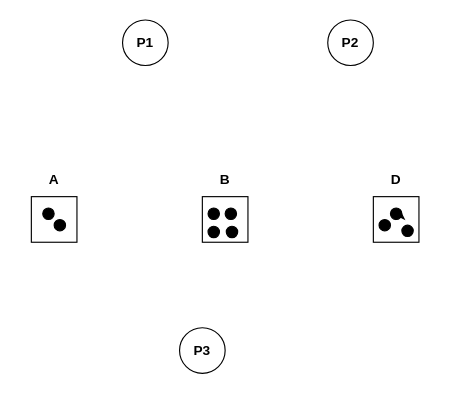
huyle84/diagrams keeps this draw.io diagram as RAG-2-2.drawio. Above is the earlier version. Source tidied: cells renumbered, new cells numbered last; positions are measured from the earlier drawing's top-left corner, leaving out a move shared by most shapes. Both pictures are drawn from the tidied source at 114%, with x=0, y=0 at pixel (19, 19).
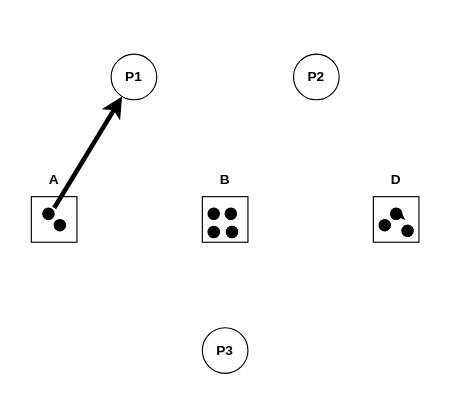
The same page after the edit.

The edit, as a diff of the source:
```diff
@@
     <mxCell id="5" value="&lt;b&gt;P1&lt;/b&gt;" style="ellipse;whiteSpace=wrap;html=1;" parent="1" vertex="1">
-      <mxGeometry x="90" width="40" height="40" as="geometry" />
+      <mxGeometry x="80" y="30" width="40" height="40" as="geometry" />
     </mxCell>
     <mxCell id="6" value="&lt;b style=&quot;border-color: var(--border-color);&quot;&gt;P2&lt;/b&gt;" style="ellipse;whiteSpace=wrap;html=1;" parent="1" vertex="1">
-      <mxGeometry x="270" width="40" height="40" as="geometry" />
+      <mxGeometry x="240" y="30" width="40" height="40" as="geometry" />
     </mxCell>
     <mxCell id="7" value="&lt;b style=&quot;border-color: var(--border-color);&quot;&gt;P3&lt;/b&gt;" style="ellipse;whiteSpace=wrap;html=1;" parent="1" vertex="1">
-      <mxGeometry x="140" y="270" width="40" height="40" as="geometry" />
+      <mxGeometry x="160" y="270" width="40" height="40" as="geometry" />
     </mxCell>
@@
+    <mxCell id="21" style="endArrow=classic;html=1;rounded=0;strokeWidth=4;" parent="1" edge="1" target="5">
+      <mxGeometry relative="1" as="geometry">
+        <mxPoint x="30" y="165" as="sourcePoint" />
+      </mxGeometry>
+    </mxCell>
```
